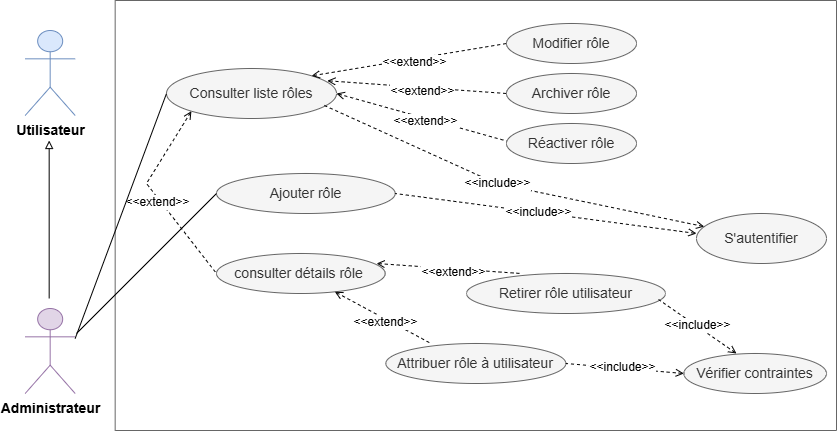
Earlier version of the draw.io export Images/diag cas d'utilisation role.drawio.png (rihab-dev/Rapport-PFE). Source tidied: cells renumbered, new cells last; positions are measured from the earlier drawing's top-left corner, leaving out a move shared by most shapes.
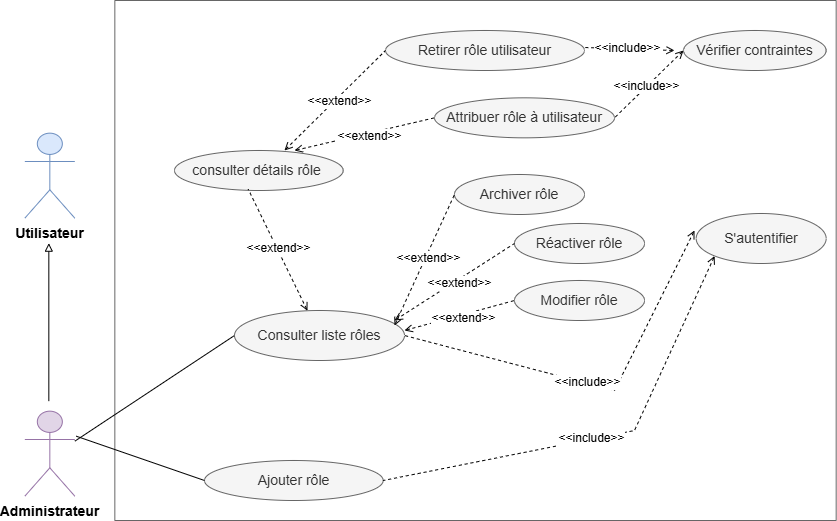
The same file after the commit.

What changed in the source:
```diff
@@ -2,152 +2,158 @@
   <root>
     <mxCell id="0" />
     <mxCell id="1" parent="0" />
-    <mxCell id="2" style="swimlane;startSize=0;fillColor=#f5f5f5;strokeColor=#666666;fontColor=#333333;swimlaneFillColor=none;swimlaneLine=1;" parent="1" vertex="1">
-      <mxGeometry x="89.7" width="721.3" height="430" as="geometry" />
-    </mxCell>
+    <mxCell id="38" style="swimlane;startSize=0;fillColor=#f5f5f5;strokeColor=#666666;fontColor=#333333;swimlaneFillColor=none;swimlaneLine=1;" parent="1" vertex="1">
+      <mxGeometry x="89.7" y="-102.7" width="721.3" height="520" as="geometry" />
+    </mxCell>
-    <mxCell id="3" value="&lt;font style=&quot;font-size: 14px;&quot;&gt;Consulter liste rôles&lt;/font&gt;" style="ellipse;whiteSpace=wrap;html=1;fillColor=#f5f5f5;fontColor=#333333;strokeColor=#666666;" parent="2" vertex="1">
-      <mxGeometry x="51.3" y="68" width="170" height="50" as="geometry" />
+    <mxCell id="3" value="&lt;font style=&quot;font-size: 14px;&quot;&gt;Consulter liste rôles&lt;/font&gt;" style="ellipse;whiteSpace=wrap;html=1;fillColor=#f5f5f5;fontColor=#333333;strokeColor=#666666;" parent="38" vertex="1">
+      <mxGeometry x="119.7" y="310" width="170" height="50" as="geometry" />
     </mxCell>
-    <mxCell id="4" value="&lt;font style=&quot;font-size: 14px;&quot;&gt;S'autentifier&lt;/font&gt;" style="ellipse;whiteSpace=wrap;html=1;fillColor=#f5f5f5;fontColor=#333333;strokeColor=#666666;" parent="2" vertex="1">
+    <mxCell id="4" value="&lt;font style=&quot;font-size: 14px;&quot;&gt;S'autentifier&lt;/font&gt;" style="ellipse;whiteSpace=wrap;html=1;fillColor=#f5f5f5;fontColor=#333333;strokeColor=#666666;" parent="38" vertex="1">
       <mxGeometry x="581.3" y="213" width="130" height="50" as="geometry" />
     </mxCell>
-    <mxCell id="5" value="&lt;font style=&quot;font-size: 14px;&quot;&gt;Ajouter rôle&lt;/font&gt;" style="ellipse;whiteSpace=wrap;html=1;fillColor=#f5f5f5;fontColor=#333333;strokeColor=#666666;" parent="2" vertex="1">
-      <mxGeometry x="101.3" y="173" width="178.7" height="40" as="geometry" />
+    <mxCell id="5" value="&lt;font style=&quot;font-size: 14px;&quot;&gt;Ajouter rôle&lt;/font&gt;" style="ellipse;whiteSpace=wrap;html=1;fillColor=#f5f5f5;fontColor=#333333;strokeColor=#666666;" parent="38" vertex="1">
+      <mxGeometry x="89.7" y="460" width="178.7" height="40" as="geometry" />
     </mxCell>
-    <mxCell id="6" value="&lt;font style=&quot;font-size: 14px;&quot;&gt;Modifier rôle&lt;/font&gt;" style="ellipse;whiteSpace=wrap;html=1;fillColor=#f5f5f5;fontColor=#333333;strokeColor=#666666;" parent="2" vertex="1">
-      <mxGeometry x="391.3" y="23" width="130" height="40" as="geometry" />
+    <mxCell id="6" value="&lt;font style=&quot;font-size: 14px;&quot;&gt;Modifier rôle&lt;/font&gt;" style="ellipse;whiteSpace=wrap;html=1;fillColor=#f5f5f5;fontColor=#333333;strokeColor=#666666;" parent="38" vertex="1">
+      <mxGeometry x="399.7" y="280" width="130" height="40" as="geometry" />
     </mxCell>
-    <mxCell id="7" value="&lt;font style=&quot;font-size: 14px;&quot;&gt;Archiver rôle&lt;/font&gt;" style="ellipse;whiteSpace=wrap;html=1;fillColor=#f5f5f5;fontColor=#333333;strokeColor=#666666;" parent="2" vertex="1">
-      <mxGeometry x="391.3" y="73" width="130" height="40" as="geometry" />
+    <mxCell id="7" value="&lt;font style=&quot;font-size: 14px;&quot;&gt;Archiver rôle&lt;/font&gt;" style="ellipse;whiteSpace=wrap;html=1;fillColor=#f5f5f5;fontColor=#333333;strokeColor=#666666;" parent="38" vertex="1">
+      <mxGeometry x="339.7" y="174" width="130" height="40" as="geometry" />
     </mxCell>
-    <mxCell id="8" value="&lt;font style=&quot;font-size: 14px;&quot;&gt;Attribuer rôle à utilisateur&lt;/font&gt;" style="ellipse;whiteSpace=wrap;html=1;fillColor=#f5f5f5;fontColor=#333333;strokeColor=#666666;" parent="2" vertex="1">
-      <mxGeometry x="270.7" y="343" width="180" height="40" as="geometry" />
+    <mxCell id="8" value="&lt;font style=&quot;font-size: 14px;&quot;&gt;Attribuer rôle à utilisateur&lt;/font&gt;" style="ellipse;whiteSpace=wrap;html=1;fillColor=#f5f5f5;fontColor=#333333;strokeColor=#666666;" parent="38" vertex="1">
+      <mxGeometry x="319.7" y="97.3" width="180" height="40" as="geometry" />
     </mxCell>
-    <mxCell id="9" value="&lt;span style=&quot;font-size: 14px;&quot;&gt;Réactiver rôle&lt;/span&gt;" style="ellipse;whiteSpace=wrap;html=1;fillColor=#f5f5f5;fontColor=#333333;strokeColor=#666666;" parent="2" vertex="1">
-      <mxGeometry x="391.3" y="123" width="130" height="40" as="geometry" />
+    <mxCell id="9" value="&lt;span style=&quot;font-size: 14px;&quot;&gt;Réactiver rôle&lt;/span&gt;" style="ellipse;whiteSpace=wrap;html=1;fillColor=#f5f5f5;fontColor=#333333;strokeColor=#666666;" parent="38" vertex="1">
+      <mxGeometry x="399.7" y="223" width="130" height="40" as="geometry" />
     </mxCell>
-    <mxCell id="10" value="&lt;span style=&quot;font-size: 14px;&quot;&gt;consulter détails&amp;nbsp;&lt;/span&gt;&lt;span style=&quot;font-size: 14px;&quot;&gt;rôle&lt;/span&gt;&lt;span style=&quot;font-size: 14px;&quot;&gt;&amp;nbsp;&lt;/span&gt;" style="ellipse;whiteSpace=wrap;html=1;fillColor=#f5f5f5;fontColor=#333333;strokeColor=#666666;" parent="2" vertex="1">
-      <mxGeometry x="101.3" y="253" width="168.7" height="40" as="geometry" />
+    <mxCell id="10" value="&lt;span style=&quot;font-size: 14px;&quot;&gt;consulter détails&amp;nbsp;&lt;/span&gt;&lt;span style=&quot;font-size: 14px;&quot;&gt;rôle&lt;/span&gt;&lt;span style=&quot;font-size: 14px;&quot;&gt;&amp;nbsp;&lt;/span&gt;" style="ellipse;whiteSpace=wrap;html=1;fillColor=#f5f5f5;fontColor=#333333;strokeColor=#666666;" parent="38" vertex="1">
+      <mxGeometry x="59.7" y="150" width="168.7" height="40" as="geometry" />
     </mxCell>
-    <mxCell id="11" style="endArrow=none;dashed=1;html=1;rounded=0;startArrow=open;startFill=0;entryX=0.916;entryY=0.72;entryDx=0;entryDy=0;entryPerimeter=0;" parent="2" edge="1" source="4" target="3">
-      <mxGeometry relative="1" as="geometry">
-        <Array as="points">
-          <mxPoint x="381.3" y="183" />
-        </Array>
-      </mxGeometry>
-    </mxCell>
-    <mxCell id="12" value="&lt;font style=&quot;font-size: 12px;&quot;&gt;&amp;lt;&amp;lt;include&amp;gt;&amp;gt;&lt;/font&gt;" style="edgeLabel;html=1;align=center;verticalAlign=middle;" parent="11" vertex="1">
-      <mxGeometry x="0.05" y="-2" relative="1" as="geometry">
-        <mxPoint y="1" as="offset" />
-      </mxGeometry>
-    </mxCell>
-    <mxCell id="13" style="endArrow=none;dashed=1;html=1;rounded=0;startArrow=open;startFill=0;entryX=0;entryY=0.5;entryDx=0;entryDy=0;exitX=0.946;exitY=0.245;exitDx=0;exitDy=0;exitPerimeter=0;" parent="2" edge="1" source="3" target="7">
-      <mxGeometry relative="1" as="geometry" />
-    </mxCell>
-    <mxCell id="14" value="&lt;font style=&quot;font-size: 12px;&quot;&gt;&amp;lt;&amp;lt;extend&amp;gt;&amp;gt;&lt;/font&gt;" style="edgeLabel;html=1;align=center;verticalAlign=middle;" parent="13" vertex="1">
-      <mxGeometry x="0.05" y="-2" relative="1" as="geometry">
-        <mxPoint y="1" as="offset" />
-      </mxGeometry>
-    </mxCell>
-    <mxCell id="15" style="endArrow=none;dashed=1;html=1;rounded=0;startArrow=open;startFill=0;entryX=0;entryY=0.5;entryDx=0;entryDy=0;exitX=1;exitY=0;exitDx=0;exitDy=0;" parent="2" edge="1" source="3" target="6">
-      <mxGeometry relative="1" as="geometry" />
-    </mxCell>
-    <mxCell id="16" value="&lt;font style=&quot;font-size: 12px;&quot;&gt;&amp;lt;&amp;lt;extend&amp;gt;&amp;gt;&lt;/font&gt;" style="edgeLabel;html=1;align=center;verticalAlign=middle;" parent="15" vertex="1">
-      <mxGeometry x="0.05" y="-2" relative="1" as="geometry">
-        <mxPoint y="1" as="offset" />
-      </mxGeometry>
-    </mxCell>
-    <mxCell id="17" style="endArrow=none;dashed=1;html=1;rounded=0;startArrow=open;startFill=0;exitX=1;exitY=0.5;exitDx=0;exitDy=0;" parent="2" edge="1" source="3">
-      <mxGeometry relative="1" as="geometry">
-        <mxPoint x="391.3" y="140.5" as="targetPoint" />
-      </mxGeometry>
-    </mxCell>
-    <mxCell id="18" value="&lt;font style=&quot;font-size: 12px;&quot;&gt;&amp;lt;&amp;lt;extend&amp;gt;&amp;gt;&lt;/font&gt;" style="edgeLabel;html=1;align=center;verticalAlign=middle;" parent="17" vertex="1">
-      <mxGeometry x="0.05" y="-2" relative="1" as="geometry">
-        <mxPoint y="1" as="offset" />
-      </mxGeometry>
-    </mxCell>
-    <mxCell id="19" style="endArrow=none;dashed=1;html=1;rounded=0;startArrow=open;startFill=0;entryX=0.251;entryY=0;entryDx=0;entryDy=0;entryPerimeter=0;" parent="2" edge="1" source="10" target="8">
-      <mxGeometry relative="1" as="geometry" />
-    </mxCell>
-    <mxCell id="20" value="&lt;font style=&quot;font-size: 12px;&quot;&gt;&amp;lt;&amp;lt;extend&amp;gt;&amp;gt;&lt;/font&gt;" style="edgeLabel;html=1;align=center;verticalAlign=middle;" parent="19" vertex="1">
-      <mxGeometry x="0.05" y="-2" relative="1" as="geometry">
-        <mxPoint y="1" as="offset" />
-      </mxGeometry>
-    </mxCell>
+    <mxCell id="39" style="endArrow=none;dashed=1;html=1;rounded=0;startArrow=open;startFill=0;entryX=1;entryY=0.5;entryDx=0;entryDy=0;" parent="38" edge="1" target="3">
+      <mxGeometry relative="1" as="geometry">
+        <mxPoint x="579.7" y="230" as="sourcePoint" />
+        <Array as="points">
+          <mxPoint x="499.7" y="390" />
+        </Array>
+      </mxGeometry>
+    </mxCell>
+    <mxCell id="40" value="&lt;font style=&quot;font-size: 12px;&quot;&gt;&amp;lt;&amp;lt;include&amp;gt;&amp;gt;&lt;/font&gt;" style="edgeLabel;html=1;align=center;verticalAlign=middle;" parent="39" vertex="1">
+      <mxGeometry x="0.05" y="-2" relative="1" as="geometry">
+        <mxPoint y="1" as="offset" />
+      </mxGeometry>
+    </mxCell>
-    <mxCell id="21" value="&lt;font style=&quot;font-size: 14px;&quot;&gt;Retirer rôle utilisateur&lt;/font&gt;" style="ellipse;whiteSpace=wrap;html=1;fillColor=#f5f5f5;fontColor=#333333;strokeColor=#666666;" parent="2" vertex="1">
-      <mxGeometry x="351.3" y="273" width="199" height="40" as="geometry" />
+    <mxCell id="21" value="&lt;font style=&quot;font-size: 14px;&quot;&gt;Retirer rôle utilisateur&lt;/font&gt;" style="ellipse;whiteSpace=wrap;html=1;fillColor=#f5f5f5;fontColor=#333333;strokeColor=#666666;" parent="38" vertex="1">
+      <mxGeometry x="270.7" y="30" width="199" height="40" as="geometry" />
     </mxCell>
-    <mxCell id="22" style="endArrow=none;dashed=1;html=1;rounded=0;startArrow=open;startFill=0;exitX=0.949;exitY=0.25;exitDx=0;exitDy=0;exitPerimeter=0;entryX=0.274;entryY=0;entryDx=0;entryDy=0;entryPerimeter=0;" parent="2" edge="1" source="10" target="21">
-      <mxGeometry relative="1" as="geometry" />
-    </mxCell>
-    <mxCell id="23" value="&lt;font style=&quot;font-size: 12px;&quot;&gt;&amp;lt;&amp;lt;extend&amp;gt;&amp;gt;&lt;/font&gt;" style="edgeLabel;html=1;align=center;verticalAlign=middle;" parent="22" vertex="1">
-      <mxGeometry x="0.05" y="-2" relative="1" as="geometry">
-        <mxPoint y="1" as="offset" />
-      </mxGeometry>
-    </mxCell>
-    <mxCell id="24" value="&lt;font style=&quot;font-size: 14px;&quot;&gt;Vérifier contraintes&lt;/font&gt;" style="ellipse;whiteSpace=wrap;html=1;fillColor=#f5f5f5;fontColor=#333333;strokeColor=#666666;" parent="2" vertex="1">
-      <mxGeometry x="568.7" y="353" width="142.7" height="40" as="geometry" />
+    <mxCell id="24" value="&lt;font style=&quot;font-size: 14px;&quot;&gt;Vérifier contraintes&lt;/font&gt;" style="ellipse;whiteSpace=wrap;html=1;fillColor=#f5f5f5;fontColor=#333333;strokeColor=#666666;" parent="38" vertex="1">
+      <mxGeometry x="568.7" y="30" width="142.7" height="40" as="geometry" />
     </mxCell>
-    <mxCell id="25" style="endArrow=none;dashed=1;html=1;rounded=0;startArrow=open;startFill=0;entryX=1;entryY=0.5;entryDx=0;entryDy=0;exitX=0;exitY=0.5;exitDx=0;exitDy=0;" parent="2" edge="1" source="24" target="8">
+    <mxCell id="25" style="endArrow=none;dashed=1;html=1;rounded=0;startArrow=open;startFill=0;entryX=1;entryY=0.5;entryDx=0;entryDy=0;exitX=0;exitY=0.5;exitDx=0;exitDy=0;" parent="38" edge="1" source="24" target="8">
       <mxGeometry relative="1" as="geometry" />
     </mxCell>
-    <mxCell id="26" value="&lt;font style=&quot;font-size: 12px;&quot;&gt;&amp;lt;&amp;lt;include&amp;gt;&amp;gt;&lt;/font&gt;" style="edgeLabel;html=1;align=center;verticalAlign=middle;" parent="25" vertex="1">
-      <mxGeometry x="0.05" y="-2" relative="1" as="geometry">
-        <mxPoint y="1" as="offset" />
-      </mxGeometry>
-    </mxCell>
-    <mxCell id="27" style="endArrow=none;dashed=1;html=1;rounded=0;startArrow=open;startFill=0;entryX=1;entryY=0.5;entryDx=0;entryDy=0;" parent="2" edge="1" target="5">
-      <mxGeometry relative="1" as="geometry">
-        <mxPoint x="581.3" y="233" as="sourcePoint" />
-      </mxGeometry>
-    </mxCell>
-    <mxCell id="28" value="&lt;font style=&quot;font-size: 12px;&quot;&gt;&amp;lt;&amp;lt;include&amp;gt;&amp;gt;&lt;/font&gt;" style="edgeLabel;html=1;align=center;verticalAlign=middle;" parent="27" vertex="1">
-      <mxGeometry x="0.05" y="-2" relative="1" as="geometry">
-        <mxPoint y="1" as="offset" />
-      </mxGeometry>
-    </mxCell>
+    <mxCell id="41" value="&lt;font style=&quot;font-size: 12px;&quot;&gt;&amp;lt;&amp;lt;include&amp;gt;&amp;gt;&lt;/font&gt;" style="edgeLabel;html=1;align=center;verticalAlign=middle;" parent="25" vertex="1">
+      <mxGeometry x="0.05" y="-2" relative="1" as="geometry">
+        <mxPoint y="1" as="offset" />
+      </mxGeometry>
+    </mxCell>
+    <mxCell id="42" style="endArrow=none;dashed=1;html=1;rounded=0;startArrow=open;startFill=0;entryX=1;entryY=0.5;entryDx=0;entryDy=0;exitX=0;exitY=1;exitDx=0;exitDy=0;" parent="38" edge="1" source="4" target="5">
+      <mxGeometry relative="1" as="geometry">
+        <Array as="points">
+          <mxPoint x="519.7" y="430" />
+        </Array>
+      </mxGeometry>
+    </mxCell>
+    <mxCell id="43" value="&lt;font style=&quot;font-size: 12px;&quot;&gt;&amp;lt;&amp;lt;include&amp;gt;&amp;gt;&lt;/font&gt;" style="edgeLabel;html=1;align=center;verticalAlign=middle;" parent="42" vertex="1">
+      <mxGeometry x="0.05" y="-2" relative="1" as="geometry">
+        <mxPoint y="1" as="offset" />
+      </mxGeometry>
+    </mxCell>
-    <mxCell id="29" style="endArrow=none;dashed=1;html=1;rounded=0;startArrow=open;startFill=0;exitX=0;exitY=1;exitDx=0;exitDy=0;entryX=0;entryY=0.5;entryDx=0;entryDy=0;" parent="2" edge="1" source="3" target="10">
-      <mxGeometry relative="1" as="geometry">
-        <Array as="points">
-          <mxPoint x="31.3" y="183" />
-        </Array>
-      </mxGeometry>
+    <mxCell id="29" style="endArrow=none;dashed=1;html=1;rounded=0;startArrow=open;startFill=0;entryX=0.437;entryY=0.967;entryDx=0;entryDy=0;entryPerimeter=0;" parent="38" edge="1" source="3" target="10">
+      <mxGeometry relative="1" as="geometry" />
     </mxCell>
-    <mxCell id="30" value="&lt;font style=&quot;font-size: 12px;&quot;&gt;&amp;lt;&amp;lt;extend&amp;gt;&amp;gt;&lt;/font&gt;" style="edgeLabel;html=1;align=center;verticalAlign=middle;" parent="29" vertex="1">
-      <mxGeometry x="0.05" y="-2" relative="1" as="geometry">
-        <mxPoint y="1" as="offset" />
-      </mxGeometry>
-    </mxCell>
+    <mxCell id="44" value="&lt;font style=&quot;font-size: 12px;&quot;&gt;&amp;lt;&amp;lt;extend&amp;gt;&amp;gt;&lt;/font&gt;" style="edgeLabel;html=1;align=center;verticalAlign=middle;" parent="29" vertex="1">
+      <mxGeometry x="0.05" y="-2" relative="1" as="geometry">
+        <mxPoint y="1" as="offset" />
+      </mxGeometry>
+    </mxCell>
+    <mxCell id="45" style="endArrow=none;dashed=1;html=1;rounded=0;startArrow=open;startFill=0;entryX=0;entryY=0.5;entryDx=0;entryDy=0;" parent="38" edge="1" target="7">
+      <mxGeometry relative="1" as="geometry">
+        <mxPoint x="279.7" y="325" as="sourcePoint" />
+      </mxGeometry>
+    </mxCell>
+    <mxCell id="46" value="&lt;font style=&quot;font-size: 12px;&quot;&gt;&amp;lt;&amp;lt;extend&amp;gt;&amp;gt;&lt;/font&gt;" style="edgeLabel;html=1;align=center;verticalAlign=middle;" parent="45" vertex="1">
+      <mxGeometry x="0.05" y="-2" relative="1" as="geometry">
+        <mxPoint y="1" as="offset" />
+      </mxGeometry>
+    </mxCell>
+    <mxCell id="47" style="endArrow=none;dashed=1;html=1;rounded=0;startArrow=open;startFill=0;entryX=0;entryY=0.5;entryDx=0;entryDy=0;" parent="38" edge="1" target="9">
+      <mxGeometry relative="1" as="geometry">
+        <mxPoint x="279.7" y="320" as="sourcePoint" />
+      </mxGeometry>
+    </mxCell>
+    <mxCell id="48" value="&lt;font style=&quot;font-size: 12px;&quot;&gt;&amp;lt;&amp;lt;extend&amp;gt;&amp;gt;&lt;/font&gt;" style="edgeLabel;html=1;align=center;verticalAlign=middle;" parent="47" vertex="1">
+      <mxGeometry x="0.05" y="-2" relative="1" as="geometry">
+        <mxPoint y="1" as="offset" />
+      </mxGeometry>
+    </mxCell>
+    <mxCell id="49" style="endArrow=none;dashed=1;html=1;rounded=0;startArrow=open;startFill=0;entryX=0;entryY=0.5;entryDx=0;entryDy=0;" parent="38" edge="1" target="6">
+      <mxGeometry relative="1" as="geometry">
+        <mxPoint x="289.7" y="330" as="sourcePoint" />
+      </mxGeometry>
+    </mxCell>
+    <mxCell id="50" value="&lt;font style=&quot;font-size: 12px;&quot;&gt;&amp;lt;&amp;lt;extend&amp;gt;&amp;gt;&lt;/font&gt;" style="edgeLabel;html=1;align=center;verticalAlign=middle;" parent="49" vertex="1">
+      <mxGeometry x="0.05" y="-2" relative="1" as="geometry">
+        <mxPoint y="1" as="offset" />
+      </mxGeometry>
+    </mxCell>
+    <mxCell id="22" style="endArrow=none;dashed=1;html=1;rounded=0;startArrow=open;startFill=0;entryX=0;entryY=0.5;entryDx=0;entryDy=0;exitX=0.652;exitY=0;exitDx=0;exitDy=0;exitPerimeter=0;" parent="38" edge="1" source="10" target="21">
+      <mxGeometry relative="1" as="geometry" />
+    </mxCell>
+    <mxCell id="51" value="&lt;font style=&quot;font-size: 12px;&quot;&gt;&amp;lt;&amp;lt;extend&amp;gt;&amp;gt;&lt;/font&gt;" style="edgeLabel;html=1;align=center;verticalAlign=middle;" parent="22" vertex="1">
+      <mxGeometry x="0.05" y="-2" relative="1" as="geometry">
+        <mxPoint y="1" as="offset" />
+      </mxGeometry>
+    </mxCell>
+    <mxCell id="52" style="endArrow=none;dashed=1;html=1;rounded=0;startArrow=open;startFill=0;entryX=0;entryY=0.5;entryDx=0;entryDy=0;" parent="38" edge="1" target="8">
+      <mxGeometry relative="1" as="geometry">
+        <mxPoint x="179.7" y="150" as="sourcePoint" />
+      </mxGeometry>
+    </mxCell>
+    <mxCell id="53" value="&lt;font style=&quot;font-size: 12px;&quot;&gt;&amp;lt;&amp;lt;extend&amp;gt;&amp;gt;&lt;/font&gt;" style="edgeLabel;html=1;align=center;verticalAlign=middle;" parent="52" vertex="1">
+      <mxGeometry x="0.05" y="-2" relative="1" as="geometry">
+        <mxPoint y="1" as="offset" />
+      </mxGeometry>
+    </mxCell>
+    <mxCell id="54" style="endArrow=none;dashed=1;html=1;rounded=0;startArrow=open;startFill=0;entryX=1;entryY=0.5;entryDx=0;entryDy=0;" parent="38" edge="1">
+      <mxGeometry relative="1" as="geometry">
+        <mxPoint x="559.7" y="50" as="sourcePoint" />
+        <mxPoint x="469.7" y="47" as="targetPoint" />
+      </mxGeometry>
+    </mxCell>
+    <mxCell id="55" value="&lt;font style=&quot;font-size: 12px;&quot;&gt;&amp;lt;&amp;lt;include&amp;gt;&amp;gt;&lt;/font&gt;" style="edgeLabel;html=1;align=center;verticalAlign=middle;" parent="54" vertex="1">
+      <mxGeometry x="0.05" y="-2" relative="1" as="geometry">
+        <mxPoint y="1" as="offset" />
+      </mxGeometry>
+    </mxCell>
     <mxCell id="31" value="&lt;font style=&quot;font-size: 14px;&quot;&gt;&lt;b style=&quot;&quot;&gt;Utilisateur&lt;/b&gt;&lt;/font&gt;" style="shape=umlActor;verticalLabelPosition=bottom;verticalAlign=top;html=1;fillColor=#dae8fc;strokeColor=#6c8ebf;" parent="1" vertex="1">
       <mxGeometry x="-0.3" y="30" width="50" height="85" as="geometry" />
     </mxCell>
     <mxCell id="32" value="&lt;font style=&quot;font-size: 14px;&quot;&gt;&lt;b style=&quot;&quot;&gt;Administrateur&lt;/b&gt;&lt;/font&gt;" style="shape=umlActor;verticalLabelPosition=bottom;verticalAlign=top;html=1;outlineConnect=0;fillColor=#e1d5e7;strokeColor=#9673a6;" parent="1" vertex="1">
       <mxGeometry x="-0.3" y="308" width="50" height="85" as="geometry" />
     </mxCell>
-    <mxCell id="33" style="edgeStyle=orthogonalEdgeStyle;rounded=0;orthogonalLoop=1;jettySize=auto;html=1;endArrow=block;endFill=0;" parent="1" edge="1">
-      <mxGeometry relative="1" as="geometry">
-        <mxPoint x="23.7" y="298" as="sourcePoint" />
-        <mxPoint x="23.7" y="140" as="targetPoint" />
-      </mxGeometry>
-    </mxCell>
+    <mxCell id="56" style="edgeStyle=orthogonalEdgeStyle;rounded=0;orthogonalLoop=1;jettySize=auto;html=1;endArrow=block;endFill=0;" parent="1" edge="1">
+      <mxGeometry relative="1" as="geometry">
+        <mxPoint x="23.7" y="298" as="sourcePoint" />
+        <mxPoint x="23.7" y="140" as="targetPoint" />
+      </mxGeometry>
+    </mxCell>
     <mxCell id="34" style="endArrow=none;html=1;rounded=0;entryX=0;entryY=0.5;entryDx=0;entryDy=0;endFill=0;exitX=1;exitY=0.353;exitDx=0;exitDy=0;exitPerimeter=0;" parent="1" edge="1" source="32" target="3">
       <mxGeometry relative="1" as="geometry" />
     </mxCell>
-    <mxCell id="35" style="endArrow=none;html=1;rounded=0;entryX=0;entryY=0.5;entryDx=0;entryDy=0;endFill=0;" parent="1" edge="1" target="5">
-      <mxGeometry relative="1" as="geometry">
-        <mxPoint x="51" y="333" as="sourcePoint" />
-      </mxGeometry>
-    </mxCell>
-    <mxCell id="36" style="endArrow=none;dashed=1;html=1;rounded=0;startArrow=open;startFill=0;entryX=0.965;entryY=0.65;entryDx=0;entryDy=0;entryPerimeter=0;" parent="1" edge="1" target="21">
-      <mxGeometry relative="1" as="geometry">
-        <mxPoint x="711" y="353" as="sourcePoint" />
-      </mxGeometry>
-    </mxCell>
-    <mxCell id="37" value="&lt;font style=&quot;font-size: 12px;&quot;&gt;&amp;lt;&amp;lt;include&amp;gt;&amp;gt;&lt;/font&gt;" style="edgeLabel;html=1;align=center;verticalAlign=middle;" parent="36" vertex="1">
-      <mxGeometry x="0.05" y="-2" relative="1" as="geometry">
-        <mxPoint y="1" as="offset" />
-      </mxGeometry>
-    </mxCell>
+    <mxCell id="57" style="endArrow=none;html=1;rounded=0;entryX=0;entryY=0.5;entryDx=0;entryDy=0;endFill=0;" parent="1" edge="1" target="5">
+      <mxGeometry relative="1" as="geometry">
+        <mxPoint x="51.1" y="333" as="sourcePoint" />
+      </mxGeometry>
+    </mxCell>
   </root>
 </mxGraphModel>
```
